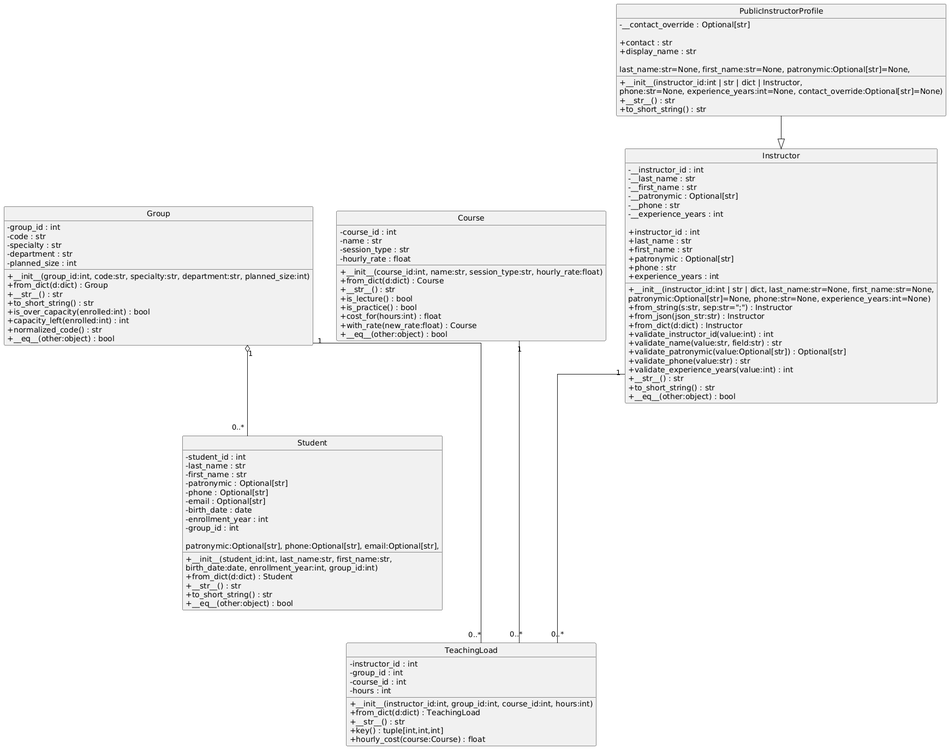
Before: Classes.png, a diagram exported from PlantUML (elfarr/refreshing_courses).
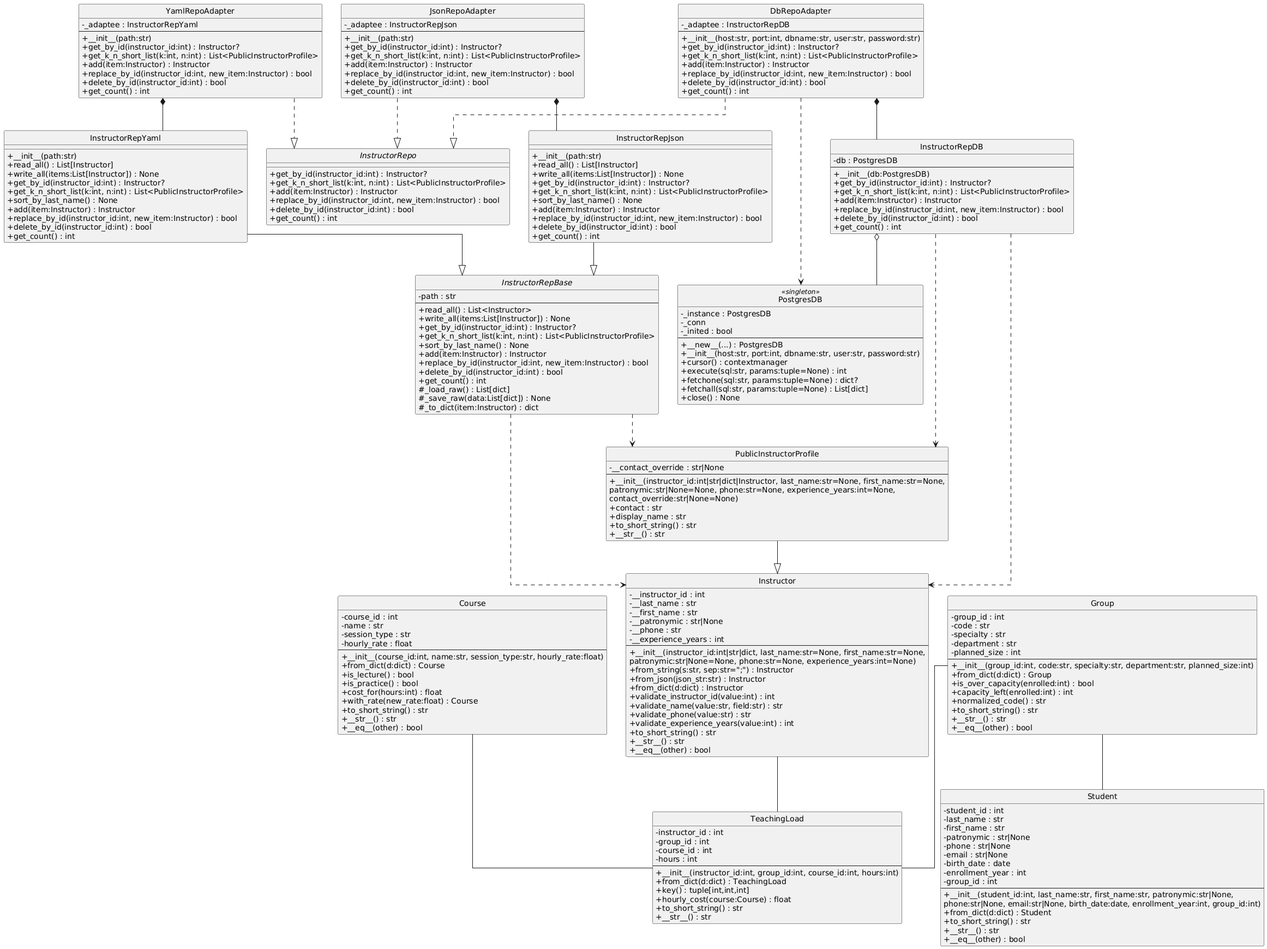
After the change.

Commit message:
lab 2 task 6.1

The edit, as a diff of the source:
```diff
@@ -3,50 +3,39 @@
 skinparam linetype ortho
 hide circle
 
-
 class Instructor {
   - __instructor_id : int
   - __last_name : str
   - __first_name : str
-  - __patronymic : Optional[str]
+  - __patronymic : str|None
   - __phone : str
   - __experience_years : int
-
-  + instructor_id : int
-  + last_name : str
-  + first_name : str
-  + patronymic : Optional[str]
-  + phone : str
-  + experience_years : int
-
-  + __init__(instructor_id:int | str | dict, last_name:str=None, first_name:str=None,
-             patronymic:Optional[str]=None, phone:str=None, experience_years:int=None)
+  --
+  + __init__(instructor_id:int|str|dict, last_name:str=None, first_name:str=None,
+             patronymic:str|None=None, phone:str=None, experience_years:int=None)
   + from_string(s:str, sep:str=";") : Instructor
   + from_json(json_str:str) : Instructor
   + from_dict(d:dict) : Instructor
   + validate_instructor_id(value:int) : int
   + validate_name(value:str, field:str) : str
-  + validate_patronymic(value:Optional[str]) : Optional[str]
   + validate_phone(value:str) : str
   + validate_experience_years(value:int) : int
+  + to_short_string() : str
   + __str__() : str
-  + to_short_string() : str
-  + __eq__(other:object) : bool
+  + __eq__(other) : bool
 }
 
 class PublicInstructorProfile {
-  - __contact_override : Optional[str]
-
+  - __contact_override : str|None
+  --
+  + __init__(instructor_id:int|str|dict|Instructor, last_name:str=None, first_name:str=None,
+             patronymic:str|None=None, phone:str=None, experience_years:int=None,
+             contact_override:str|None=None)
   + contact : str
   + display_name : str
-
-  + __init__(instructor_id:int | str | dict | Instructor,
-             last_name:str=None, first_name:str=None, patronymic:Optional[str]=None,
-             phone:str=None, experience_years:int=None, contact_override:Optional[str]=None)
+  + to_short_string() : str
   + __str__() : str
-  + to_short_string() : str
 }
-
 PublicInstructorProfile --|> Instructor
 
 class Group {
@@ -55,15 +44,15 @@
   - specialty : str
   - department : str
   - planned_size : int
-
+  --
   + __init__(group_id:int, code:str, specialty:str, department:str, planned_size:int)
   + from_dict(d:dict) : Group
-  + __str__() : str
-  + to_short_string() : str
   + is_over_capacity(enrolled:int) : bool
   + capacity_left(enrolled:int) : int
   + normalized_code() : str
-  + __eq__(other:object) : bool
+  + to_short_string() : str
+  + __str__() : str
+  + __eq__(other) : bool
 }
 
 class Course {
@@ -71,15 +60,35 @@
   - name : str
   - session_type : str
   - hourly_rate : float
-
+  --
   + __init__(course_id:int, name:str, session_type:str, hourly_rate:float)
   + from_dict(d:dict) : Course
-  + __str__() : str
   + is_lecture() : bool
   + is_practice() : bool
   + cost_for(hours:int) : float
   + with_rate(new_rate:float) : Course
-  + __eq__(other:object) : bool
+  + to_short_string() : str
+  + __str__() : str
+  + __eq__(other) : bool
+}
+
+class Student {
+  - student_id : int
+  - last_name : str
+  - first_name : str
+  - patronymic : str|None
+  - phone : str|None
+  - email : str|None
+  - birth_date : date
+  - enrollment_year : int
+  - group_id : int
+  --
+  + __init__(student_id:int, last_name:str, first_name:str, patronymic:str|None,
+             phone:str|None, email:str|None, birth_date:date, enrollment_year:int, group_id:int)
+  + from_dict(d:dict) : Student
+  + to_short_string() : str
+  + __str__() : str
+  + __eq__(other) : bool
 }
 
 class TeachingLoad {
@@ -87,38 +96,149 @@
   - group_id : int
   - course_id : int
   - hours : int
-
+  --
   + __init__(instructor_id:int, group_id:int, course_id:int, hours:int)
   + from_dict(d:dict) : TeachingLoad
-  + __str__() : str
   + key() : tuple[int,int,int]
   + hourly_cost(course:Course) : float
+  + to_short_string() : str
+  + __str__() : str
 }
 
-class Student {
-  - student_id : int
-  - last_name : str
-  - first_name : str
-  - patronymic : Optional[str]
-  - phone : Optional[str]
-  - email : Optional[str]
-  - birth_date : date
-  - enrollment_year : int
-  - group_id : int
+Group -- Student
+Instructor -- TeachingLoad
+Group -- TeachingLoad
+Course -- TeachingLoad
 
-  + __init__(student_id:int, last_name:str, first_name:str,
-             patronymic:Optional[str], phone:Optional[str], email:Optional[str],
-             birth_date:date, enrollment_year:int, group_id:int)
-  + from_dict(d:dict) : Student
-  + __str__() : str
-  + to_short_string() : str
-  + __eq__(other:object) : bool
+interface InstructorRepo {
+  + get_by_id(instructor_id:int) : Instructor?
+  + get_k_n_short_list(k:int, n:int) : List<PublicInstructorProfile>
+  + add(item:Instructor) : Instructor
+  + replace_by_id(instructor_id:int, new_item:Instructor) : bool
+  + delete_by_id(instructor_id:int) : bool
+  + get_count() : int
 }
 
+abstract class InstructorRepBase {
+  - path : str
+  --
+  + read_all() : List<Instructor>
+  + write_all(items:List[Instructor]) : None
+  + get_by_id(instructor_id:int) : Instructor?
+  + get_k_n_short_list(k:int, n:int) : List<PublicInstructorProfile>
+  + sort_by_last_name() : None
+  + add(item:Instructor) : Instructor
+  + replace_by_id(instructor_id:int, new_item:Instructor) : bool
+  + delete_by_id(instructor_id:int) : bool
+  + get_count() : int
+  # _load_raw() : List[dict]
+  # _save_raw(data:List[dict]) : None
+  # _to_dict(item:Instructor) : dict
+}
 
-Instructor "1" --- "0..*" TeachingLoad
-Group      "1" --- "0..*" TeachingLoad
-Course     "1" --- "0..*" TeachingLoad
+class InstructorRepJson {
+  + __init__(path:str)
+  + read_all() : List[Instructor]
+  + write_all(items:List[Instructor]) : None
+  + get_by_id(instructor_id:int) : Instructor?
+  + get_k_n_short_list(k:int, n:int) : List<PublicInstructorProfile>
+  + sort_by_last_name() : None
+  + add(item:Instructor) : Instructor
+  + replace_by_id(instructor_id:int, new_item:Instructor) : bool
+  + delete_by_id(instructor_id:int) : bool
+  + get_count() : int
+}
 
-Group "1" o-- "0..*" Student
+class InstructorRepYaml {
+  + __init__(path:str)
+  + read_all() : List[Instructor]
+  + write_all(items:List[Instructor]) : None
+  + get_by_id(instructor_id:int) : Instructor?
+  + get_k_n_short_list(k:int, n:int) : List<PublicInstructorProfile>
+  + sort_by_last_name() : None
+  + add(item:Instructor) : Instructor
+  + replace_by_id(instructor_id:int, new_item:Instructor) : bool
+  + delete_by_id(instructor_id:int) : bool
+  + get_count() : int
+}
+
+InstructorRepJson --|> InstructorRepBase
+InstructorRepYaml --|> InstructorRepBase
+
+InstructorRepBase ..> Instructor
+InstructorRepBase ..> PublicInstructorProfile
+
+class PostgresDB <<singleton>> {
+  - _instance : PostgresDB
+  - _conn
+  - _inited : bool
+  --
+  + __new__(...) : PostgresDB
+  + __init__(host:str, port:int, dbname:str, user:str, password:str)
+  + cursor() : contextmanager
+  + execute(sql:str, params:tuple=None) : int
+  + fetchone(sql:str, params:tuple=None) : dict?
+  + fetchall(sql:str, params:tuple=None) : List[dict]
+  + close() : None
+}
+
+class InstructorRepDB {
+  - db : PostgresDB
+  --
+  + __init__(db:PostgresDB)
+  + get_by_id(instructor_id:int) : Instructor?
+  + get_k_n_short_list(k:int, n:int) : List<PublicInstructorProfile>
+  + add(item:Instructor) : Instructor
+  + replace_by_id(instructor_id:int, new_item:Instructor) : bool
+  + delete_by_id(instructor_id:int) : bool
+  + get_count() : int
+}
+
+InstructorRepDB o-- PostgresDB
+InstructorRepDB ..> Instructor
+InstructorRepDB ..> PublicInstructorProfile
+
+class JsonRepoAdapter {
+  - _adaptee : InstructorRepJson
+  --
+  + __init__(path:str)
+  + get_by_id(instructor_id:int) : Instructor?
+  + get_k_n_short_list(k:int, n:int) : List<PublicInstructorProfile>
+  + add(item:Instructor) : Instructor
+  + replace_by_id(instructor_id:int, new_item:Instructor) : bool
+  + delete_by_id(instructor_id:int) : bool
+  + get_count() : int
+}
+
+class YamlRepoAdapter {
+  - _adaptee : InstructorRepYaml
+  --
+  + __init__(path:str)
+  + get_by_id(instructor_id:int) : Instructor?
+  + get_k_n_short_list(k:int, n:int) : List<PublicInstructorProfile>
+  + add(item:Instructor) : Instructor
+  + replace_by_id(instructor_id:int, new_item:Instructor) : bool
+  + delete_by_id(instructor_id:int) : bool
+  + get_count() : int
+}
+
+class DbRepoAdapter {
+  - _adaptee : InstructorRepDB
+  --
+  + __init__(host:str, port:int, dbname:str, user:str, password:str)
+  + get_by_id(instructor_id:int) : Instructor?
+  + get_k_n_short_list(k:int, n:int) : List<PublicInstructorProfile>
+  + add(item:Instructor) : Instructor
+  + replace_by_id(instructor_id:int, new_item:Instructor) : bool
+  + delete_by_id(instructor_id:int) : bool
+  + get_count() : int
+}
+
+JsonRepoAdapter ..|> InstructorRepo
+YamlRepoAdapter ..|> InstructorRepo
+DbRepoAdapter   ..|> InstructorRepo
+JsonRepoAdapter *-- InstructorRepJson
+YamlRepoAdapter *-- InstructorRepYaml
+DbRepoAdapter   *-- InstructorRepDB
+DbRepoAdapter   ..> PostgresDB
 @enduml
```
